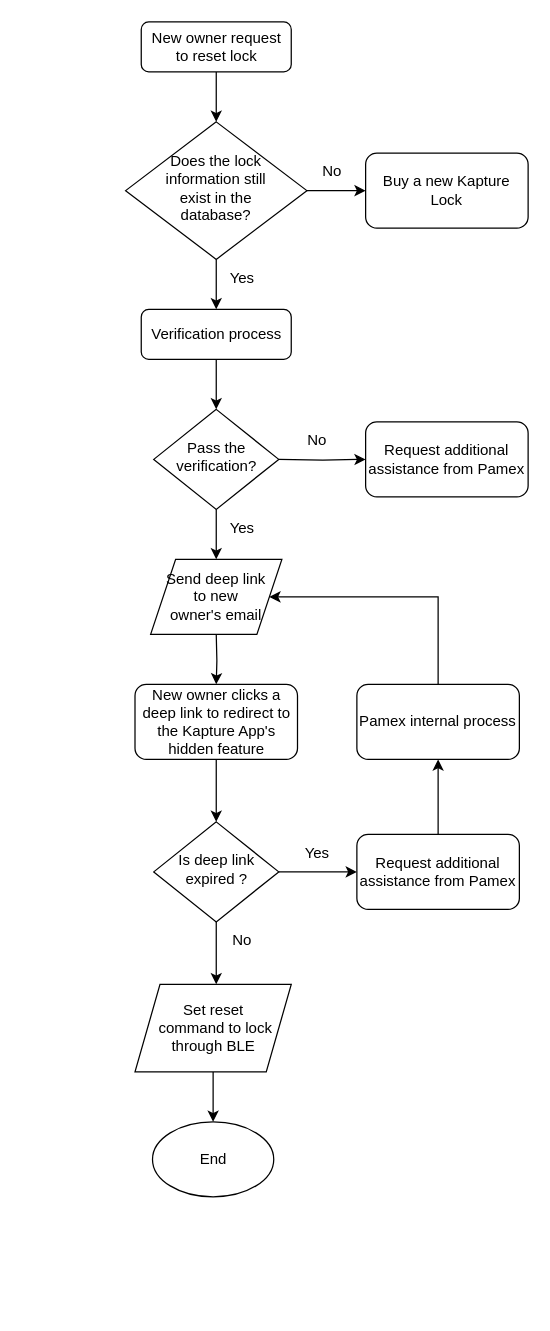
Before: 未命名圖表.drawio in kevin3747118/ALZK, a draw.io diagram. Source tidied: cells renumbered, new cells numbered last; positions are measured from the earlier drawing's top-left corner, leaving out a move shared by most shapes. Both pictures are drawn from the tidied source at 125%, with x=0, y=0 at pixel (125, 21).
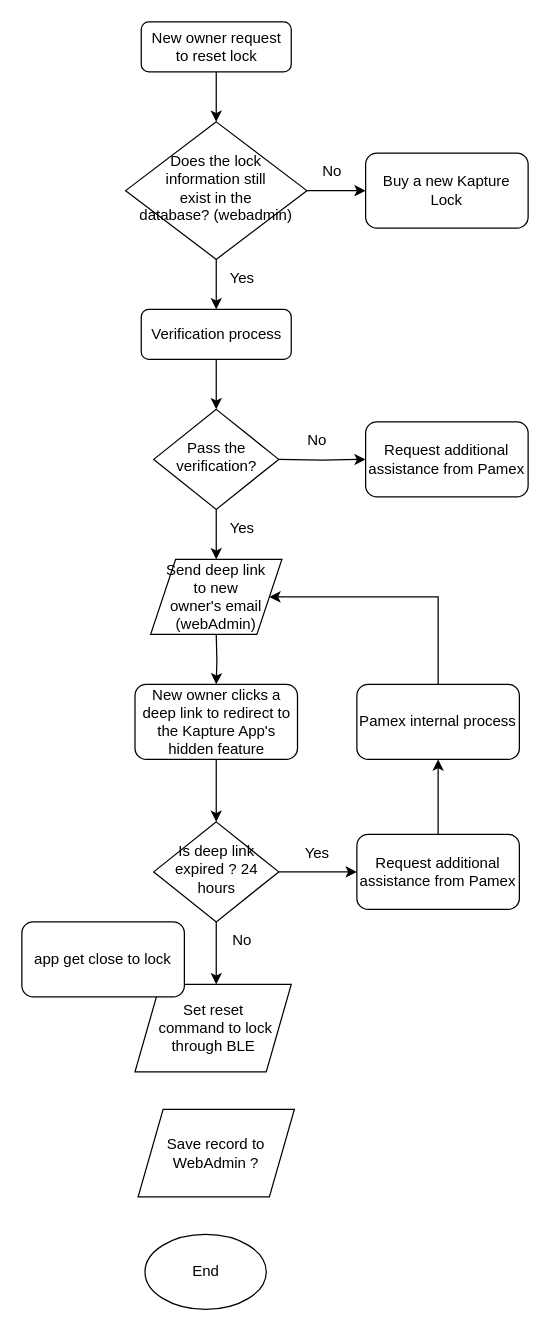
Above is the later version.

Commit message:
更新未命名圖表.drawio

The change refers to these unchanged cells:
```xml
<mxCell id="16" value="Set reset&lt;br&gt;&amp;nbsp;command&amp;nbsp;to lock through BLE" style="shape=parallelogram;perimeter=parallelogramPerimeter;whiteSpace=wrap;html=1;fixedSize=1;" parent="1" vertex="1">
  <mxGeometry x="7.5" y="770" width="125" height="70" as="geometry" />
</mxCell>
```

What changed in the source:
```diff
@@
-    <mxCell id="11" value="Is deep link expired ?" style="rhombus;whiteSpace=wrap;html=1;shadow=0;fontFamily=Helvetica;fontSize=12;align=center;strokeWidth=1;spacing=6;spacingTop=-4;" parent="1" vertex="1">
+    <mxCell id="11" value="Is deep link expired ? 24 hours" style="rhombus;whiteSpace=wrap;html=1;shadow=0;fontFamily=Helvetica;fontSize=12;align=center;strokeWidth=1;spacing=6;spacingTop=-4;" parent="1" vertex="1">
       <mxGeometry x="22.5" y="640" width="100" height="80" as="geometry" />
     </mxCell>
@@
-    <mxCell id="15" style="edgeStyle=orthogonalEdgeStyle;rounded=0;jettySize=auto;html=1;exitX=0.5;exitY=1;exitDx=0;exitDy=0;entryX=0.5;entryY=0;entryDx=0;entryDy=0;" parent="1" edge="1" source="16" target="23">
-      <mxGeometry relative="1" as="geometry" />
-    </mxCell>
@@
-    <mxCell id="19" value="Does the lock information still &lt;br&gt;exist in the &lt;br&gt;database?" style="rhombus;whiteSpace=wrap;html=1;shadow=0;fontFamily=Helvetica;fontSize=12;align=center;strokeWidth=1;spacing=6;spacingTop=-4;" parent="1" vertex="1">
+    <mxCell id="19" value="Does the lock information still &lt;br&gt;exist in the &lt;br&gt;database? (webadmin)" style="rhombus;whiteSpace=wrap;html=1;shadow=0;fontFamily=Helvetica;fontSize=12;align=center;strokeWidth=1;spacing=6;spacingTop=-4;" parent="1" vertex="1">
       <mxGeometry y="80" width="145" height="110" as="geometry" />
     </mxCell>
@@
-    <mxCell id="21" value="Send deep link &lt;br&gt;to new &lt;br&gt;owner's email" style="shape=parallelogram;perimeter=parallelogramPerimeter;whiteSpace=wrap;html=1;fixedSize=1;" parent="1" vertex="1">
+    <mxCell id="21" value="Send deep link &lt;br&gt;to new &lt;br&gt;owner's email (webAdmin)" style="shape=parallelogram;perimeter=parallelogramPerimeter;whiteSpace=wrap;html=1;fixedSize=1;" parent="1" vertex="1">
       <mxGeometry x="20" y="430" width="105" height="60" as="geometry" />
     </mxCell>
@@
     <mxCell id="23" value="End" style="ellipse;whiteSpace=wrap;html=1;" parent="1" vertex="1">
-      <mxGeometry x="21.5" y="880" width="97" height="60" as="geometry" />
+      <mxGeometry x="15.5" y="970" width="97" height="60" as="geometry" />
     </mxCell>
@@
+    <mxCell id="34" value="Save record to WebAdmin ?" style="shape=parallelogram;perimeter=parallelogramPerimeter;whiteSpace=wrap;html=1;fixedSize=1;" parent="1" vertex="1">
+      <mxGeometry x="10" y="870" width="125" height="70" as="geometry" />
+    </mxCell>
+    <mxCell id="35" value="app get close to lock" style="rounded=1;whiteSpace=wrap;html=1;fontSize=12;glass=0;strokeWidth=1;shadow=0;" parent="1" vertex="1">
+      <mxGeometry x="-83" y="720" width="130" height="60" as="geometry" />
+    </mxCell>
```
